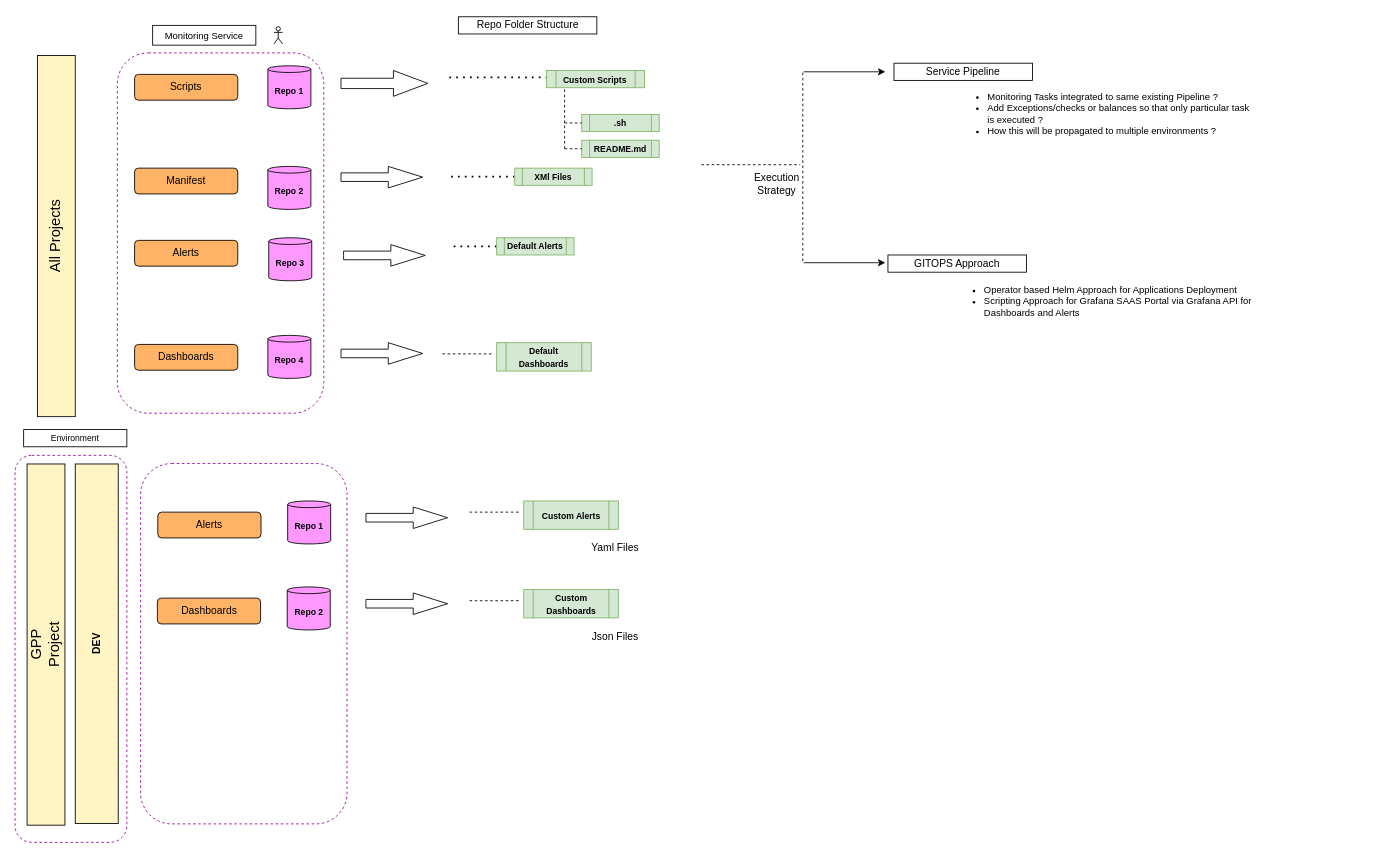
Above: Repo_Manifest.drawio in Bhoopesh123/kubernetes (draw.io), before the change. Source tidied: cells renumbered, new cells numbered last; positions are measured from the earlier drawing's top-left corner, leaving out a move shared by most shapes. Both pictures are drawn from the tidied source at 86%, with x=0, y=0 at pixel (15, 16).
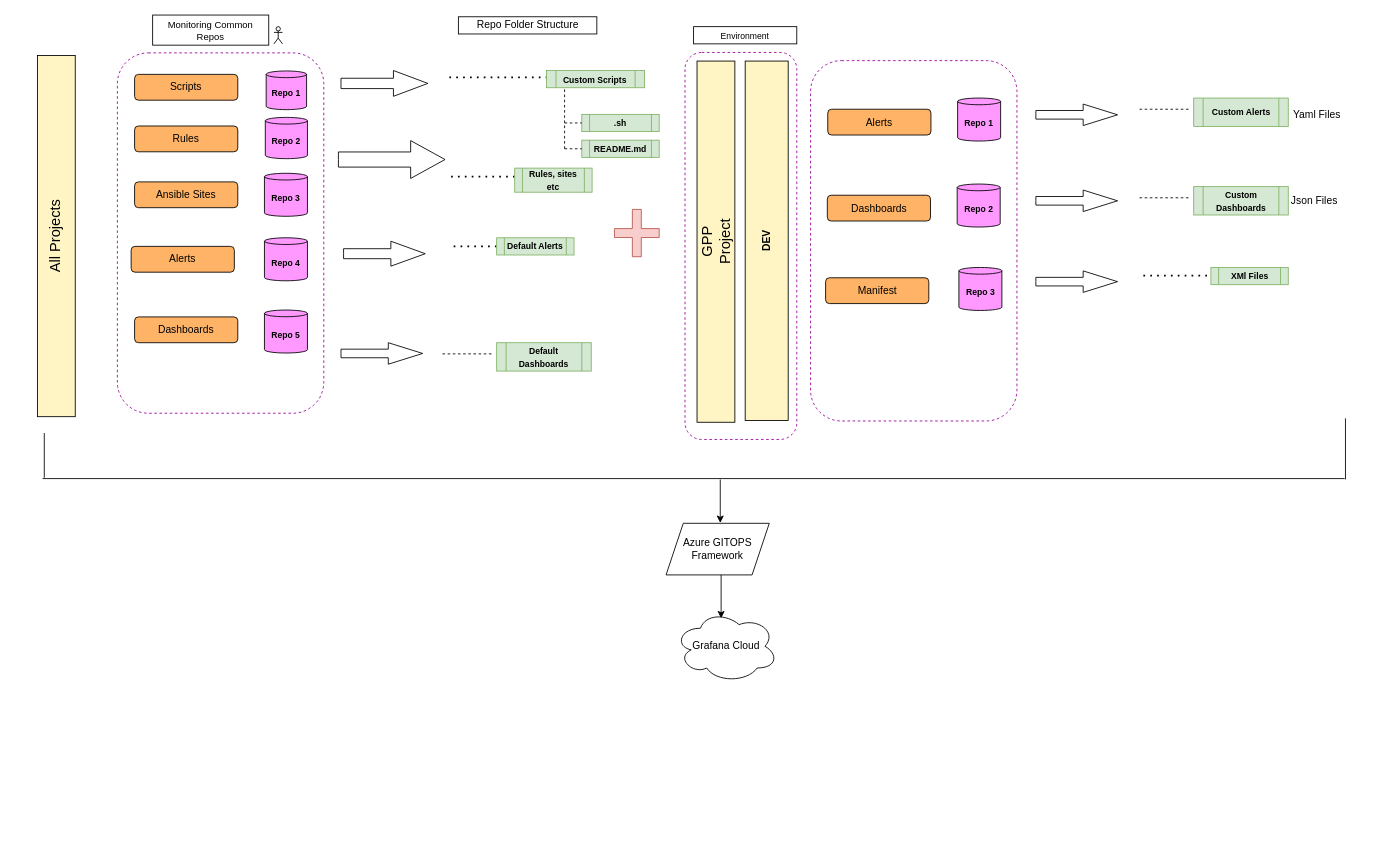
After the change.

The edit, as a diff of the source:
```diff
@@
     <mxCell id="3" style="rounded=1;whiteSpace=wrap;html=1;fontSize=12;dashed=1;strokeColor=#990099;" parent="1" vertex="1">
-      <mxGeometry y="510" width="130" height="450" as="geometry" />
+      <mxGeometry x="779" y="41.5" width="130" height="450" as="geometry" />
     </mxCell>
     <mxCell id="4" value="GPP &lt;br&gt;Project" style="rounded=0;whiteSpace=wrap;html=1;verticalAlign=middle;horizontal=0;fontSize=17;fillColor=#FFF4C3;" parent="1" vertex="1">
-      <mxGeometry x="14" y="520" width="44" height="420" as="geometry" />
+      <mxGeometry x="793" y="51.5" width="44" height="420" as="geometry" />
     </mxCell>
     <mxCell id="5" value="&lt;b&gt;DEV&lt;/b&gt;" style="rounded=0;whiteSpace=wrap;html=1;fontSize=12;horizontal=0;verticalAlign=middle;fillColor=#FFF4C3;" parent="1" vertex="1">
-      <mxGeometry x="70" y="520" width="50" height="418" as="geometry" />
+      <mxGeometry x="849" y="51.5" width="50" height="418" as="geometry" />
     </mxCell>
@@
     <mxCell id="7" value="&lt;b&gt;&lt;font style=&quot;font-size: 10px&quot;&gt;Repo 1&lt;/font&gt;&lt;/b&gt;" style="shape=cylinder3;whiteSpace=wrap;html=1;boundedLbl=1;backgroundOutline=1;size=3.8958892822265625;fontSize=12;fillColor=#FF99FF;" parent="1" vertex="1">
-      <mxGeometry x="294" y="57" width="50" height="50" as="geometry" />
+      <mxGeometry x="292" y="63" width="47" height="45" as="geometry" />
     </mxCell>
@@
     <mxCell id="9" value="&lt;font style=&quot;font-size: 10px&quot;&gt;Environment&lt;/font&gt;" style="text;html=1;fillColor=none;align=center;verticalAlign=middle;whiteSpace=wrap;rounded=0;fontSize=12;strokeColor=#000000;" parent="1" vertex="1">
-      <mxGeometry x="10" y="480" width="120" height="20" as="geometry" />
+      <mxGeometry x="789" y="11.5" width="120" height="20" as="geometry" />
     </mxCell>
-    <mxCell id="10" value="&lt;font style=&quot;font-size: 11px&quot;&gt;Monitoring Service&lt;/font&gt;" style="text;html=1;fillColor=none;align=center;verticalAlign=middle;whiteSpace=wrap;rounded=0;fontSize=12;strokeColor=#000000;" parent="1" vertex="1">
-      <mxGeometry x="160" y="10" width="120" height="23" as="geometry" />
+    <mxCell id="10" value="&lt;font style=&quot;font-size: 11px&quot;&gt;Monitoring Common Repos&lt;/font&gt;" style="text;html=1;fillColor=none;align=center;verticalAlign=middle;whiteSpace=wrap;rounded=0;fontSize=12;strokeColor=#000000;" parent="1" vertex="1">
+      <mxGeometry x="160" y="-2" width="135" height="35" as="geometry" />
     </mxCell>
@@
-    <mxCell id="14" value="&lt;span style=&quot;font-size: 10px&quot;&gt;&lt;b&gt;XMl Files&lt;/b&gt;&lt;/span&gt;" style="shape=process;whiteSpace=wrap;html=1;backgroundOutline=1;fontSize=12;fillColor=#d5e8d4;strokeColor=#82b366;" parent="1" vertex="1">
-      <mxGeometry x="581" y="176" width="90" height="20" as="geometry" />
+    <mxCell id="14" value="&lt;span style=&quot;font-size: 10px&quot;&gt;&lt;b&gt;Rules, sites etc&lt;/b&gt;&lt;/span&gt;" style="shape=process;whiteSpace=wrap;html=1;backgroundOutline=1;fontSize=12;fillColor=#d5e8d4;strokeColor=#82b366;" parent="1" vertex="1">
+      <mxGeometry x="581" y="176" width="90" height="28" as="geometry" />
     </mxCell>
@@
-    <mxCell id="26" value="&lt;b&gt;&lt;font style=&quot;font-size: 10px&quot;&gt;Repo 2&lt;/font&gt;&lt;/b&gt;" style="shape=cylinder3;whiteSpace=wrap;html=1;boundedLbl=1;backgroundOutline=1;size=3.8958892822265625;fontSize=12;fillColor=#FF99FF;" parent="1" vertex="1">
-      <mxGeometry x="294" y="174" width="50" height="50" as="geometry" />
-    </mxCell>
-    <mxCell id="27" style="endArrow=none;dashed=1;html=1;" parent="1" edge="1">
-      <mxGeometry relative="1" as="geometry">
-        <mxPoint x="798" y="172" as="sourcePoint" />
-        <mxPoint x="913" y="172" as="targetPoint" />
-      </mxGeometry>
-    </mxCell>
-    <mxCell id="28" style="endArrow=none;dashed=1;html=1;" parent="1" edge="1">
-      <mxGeometry relative="1" as="geometry">
-        <mxPoint x="916" y="284" as="sourcePoint" />
-        <mxPoint x="916" y="62" as="targetPoint" />
-      </mxGeometry>
-    </mxCell>
-    <mxCell id="29" style="endArrow=classic;html=1;" parent="1" edge="1">
-      <mxGeometry relative="1" as="geometry">
-        <mxPoint x="917" y="64" as="sourcePoint" />
-        <mxPoint x="1012" y="64" as="targetPoint" />
-      </mxGeometry>
-    </mxCell>
-    <mxCell id="30" style="endArrow=classic;html=1;" parent="1" edge="1">
-      <mxGeometry relative="1" as="geometry">
-        <mxPoint x="917" y="286" as="sourcePoint" />
-        <mxPoint x="1012" y="286" as="targetPoint" />
-      </mxGeometry>
-    </mxCell>
-    <mxCell id="31" value="Service Pipeline" style="text;html=1;fillColor=none;align=center;verticalAlign=middle;whiteSpace=wrap;rounded=0;fontSize=12;strokeColor=#000000;" parent="1" vertex="1">
-      <mxGeometry x="1022" y="54" width="161" height="20" as="geometry" />
-    </mxCell>
-    <mxCell id="32" value="&lt;ul style=&quot;font-size: 11px&quot;&gt;&lt;li&gt;Monitoring Tasks integrated to same existing Pipeline ?&lt;/li&gt;&lt;li&gt;Add Exceptions/checks or balances so that only particular task is executed ?&lt;/li&gt;&lt;li&gt;How this will be propagated to multiple environments ?&lt;/li&gt;&lt;/ul&gt;" style="text;html=1;strokeColor=none;fillColor=none;align=left;verticalAlign=middle;whiteSpace=wrap;rounded=0;fontSize=12;" parent="1" vertex="1">
-      <mxGeometry x="1089" y="103" width="357" height="20" as="geometry" />
-    </mxCell>
-    <mxCell id="33" value="GITOPS Approach" style="text;html=1;fillColor=none;align=center;verticalAlign=middle;whiteSpace=wrap;rounded=0;fontSize=12;strokeColor=#000000;" parent="1" vertex="1">
-      <mxGeometry x="1015" y="277" width="161" height="20" as="geometry" />
-    </mxCell>
-    <mxCell id="34" value="&lt;ul style=&quot;font-size: 11px&quot;&gt;&lt;li&gt;Operator based Helm Approach for Applications Deployment&lt;/li&gt;&lt;li&gt;Scripting Approach for Grafana SAAS Portal via Grafana API for Dashboards and Alerts&lt;/li&gt;&lt;/ul&gt;" style="text;html=1;strokeColor=none;fillColor=none;align=left;verticalAlign=middle;whiteSpace=wrap;rounded=0;fontSize=12;" parent="1" vertex="1">
-      <mxGeometry x="1085" y="321" width="406" height="20" as="geometry" />
-    </mxCell>
-    <mxCell id="35" value="Execution &lt;br&gt;Strategy" style="text;html=1;strokeColor=none;fillColor=none;align=center;verticalAlign=middle;whiteSpace=wrap;rounded=0;fontSize=12;" parent="1" vertex="1">
-      <mxGeometry x="821" y="184" width="130" height="20" as="geometry" />
-    </mxCell>
-    <mxCell id="36" value="Manifest" style="rounded=1;whiteSpace=wrap;html=1;fontSize=12;fillColor=#FFB366;" parent="1" vertex="1">
-      <mxGeometry x="139" y="176" width="120" height="30" as="geometry" />
-    </mxCell>
     <mxCell id="37" style="html=1;shadow=0;dashed=0;align=center;verticalAlign=middle;shape=mxgraph.arrows2.arrow;dy=0.6;dx=40;notch=0;fontSize=12;" parent="1" vertex="1">
-      <mxGeometry x="379" y="174" width="95" height="25" as="geometry" />
+      <mxGeometry x="376" y="144" width="124" height="44" as="geometry" />
     </mxCell>
-    <mxCell id="38" value="&lt;b&gt;&lt;font style=&quot;font-size: 10px&quot;&gt;Repo 3&lt;/font&gt;&lt;/b&gt;" style="shape=cylinder3;whiteSpace=wrap;html=1;boundedLbl=1;backgroundOutline=1;size=3.8958892822265625;fontSize=12;fillColor=#FF99FF;" parent="1" vertex="1">
-      <mxGeometry x="295" y="257" width="50" height="50" as="geometry" />
+    <mxCell id="38" value="&lt;b&gt;&lt;font style=&quot;font-size: 10px&quot;&gt;Repo 4&lt;/font&gt;&lt;/b&gt;" style="shape=cylinder3;whiteSpace=wrap;html=1;boundedLbl=1;backgroundOutline=1;size=3.8958892822265625;fontSize=12;fillColor=#FF99FF;" parent="1" vertex="1">
+      <mxGeometry x="290" y="257" width="50" height="50" as="geometry" />
     </mxCell>
     <mxCell id="39" value="Alerts" style="rounded=1;whiteSpace=wrap;html=1;fontSize=12;fillColor=#FFB366;" parent="1" vertex="1">
-      <mxGeometry x="139" y="260" width="120" height="30" as="geometry" />
+      <mxGeometry x="135" y="267" width="120" height="30" as="geometry" />
     </mxCell>
-    <mxCell id="40" value="&lt;b&gt;&lt;font style=&quot;font-size: 10px&quot;&gt;Repo 4&lt;/font&gt;&lt;/b&gt;" style="shape=cylinder3;whiteSpace=wrap;html=1;boundedLbl=1;backgroundOutline=1;size=3.8958892822265625;fontSize=12;fillColor=#FF99FF;" parent="1" vertex="1">
-      <mxGeometry x="294" y="370.5" width="50" height="50" as="geometry" />
+    <mxCell id="40" value="&lt;b&gt;&lt;font style=&quot;font-size: 10px&quot;&gt;Repo 5&lt;/font&gt;&lt;/b&gt;" style="shape=cylinder3;whiteSpace=wrap;html=1;boundedLbl=1;backgroundOutline=1;size=3.8958892822265625;fontSize=12;fillColor=#FF99FF;" parent="1" vertex="1">
+      <mxGeometry x="290" y="341" width="50" height="50" as="geometry" />
     </mxCell>
     <mxCell id="41" value="Dashboards" style="rounded=1;whiteSpace=wrap;html=1;fontSize=12;fillColor=#FFB366;" parent="1" vertex="1">
-      <mxGeometry x="139" y="381" width="120" height="30" as="geometry" />
+      <mxGeometry x="139" y="349" width="120" height="30" as="geometry" />
     </mxCell>
     <mxCell id="42" style="html=1;shadow=0;dashed=0;align=center;verticalAlign=middle;shape=mxgraph.arrows2.arrow;dy=0.6;dx=40;notch=0;fontSize=12;" parent="1" vertex="1">
-      <mxGeometry x="382" y="265" width="95" height="25" as="geometry" />
+      <mxGeometry x="382" y="261" width="95" height="29" as="geometry" />
     </mxCell>
@@
     <mxCell id="44" style="rounded=1;whiteSpace=wrap;html=1;dashed=1;fontSize=12;strokeColor=#990099;" parent="1" vertex="1">
-      <mxGeometry x="146" y="519.5" width="240" height="419" as="geometry" />
+      <mxGeometry x="925" y="51" width="240" height="419" as="geometry" />
     </mxCell>
@@
     <mxCell id="46" value="Alerts" style="rounded=1;whiteSpace=wrap;html=1;fontSize=12;fillColor=#FFB366;" parent="1" vertex="1">
-      <mxGeometry x="166" y="576" width="120" height="30" as="geometry" />
+      <mxGeometry x="945" y="107.5" width="120" height="30" as="geometry" />
     </mxCell>
     <mxCell id="47" value="&lt;b&gt;&lt;font style=&quot;font-size: 10px&quot;&gt;Repo 1&lt;/font&gt;&lt;/b&gt;" style="shape=cylinder3;whiteSpace=wrap;html=1;boundedLbl=1;backgroundOutline=1;size=3.8958892822265625;fontSize=12;fillColor=#FF99FF;" parent="1" vertex="1">
-      <mxGeometry x="317" y="563" width="50" height="50" as="geometry" />
+      <mxGeometry x="1096" y="94.5" width="50" height="50" as="geometry" />
     </mxCell>
     <mxCell id="48" style="html=1;shadow=0;dashed=0;align=center;verticalAlign=middle;shape=mxgraph.arrows2.arrow;dy=0.6;dx=40;notch=0;fontSize=12;" parent="1" vertex="1">
-      <mxGeometry x="408" y="570" width="95" height="25" as="geometry" />
+      <mxGeometry x="1187" y="101.5" width="95" height="25" as="geometry" />
     </mxCell>
     <mxCell id="49" value="&lt;span style=&quot;font-size: 10px&quot;&gt;&lt;b&gt;Custom Alerts&lt;/b&gt;&lt;/span&gt;" style="shape=process;whiteSpace=wrap;html=1;backgroundOutline=1;fontSize=12;fillColor=#d5e8d4;strokeColor=#82b366;" parent="1" vertex="1">
-      <mxGeometry x="591.5" y="563" width="110" height="33" as="geometry" />
+      <mxGeometry x="1370.5" y="94.5" width="110" height="33" as="geometry" />
     </mxCell>
     <mxCell id="50" style="endArrow=none;dashed=1;html=1;fontSize=12;" parent="1" edge="1">
       <mxGeometry relative="1" as="geometry">
-        <mxPoint x="528.5" y="576" as="sourcePoint" />
-        <mxPoint x="588.5" y="576" as="targetPoint" />
+        <mxPoint x="1307.5" y="107.5" as="sourcePoint" />
+        <mxPoint x="1367.5" y="107.5" as="targetPoint" />
       </mxGeometry>
     </mxCell>
     <mxCell id="51" value="Yaml Files" style="text;html=1;strokeColor=none;fillColor=none;align=center;verticalAlign=middle;whiteSpace=wrap;rounded=0;fontSize=12;" parent="1" vertex="1">
-      <mxGeometry x="633" y="608" width="130" height="20" as="geometry" />
+      <mxGeometry x="1449" y="104" width="130" height="20" as="geometry" />
     </mxCell>
     <mxCell id="52" value="Dashboards" style="rounded=1;whiteSpace=wrap;html=1;fontSize=12;fillColor=#FFB366;" parent="1" vertex="1">
-      <mxGeometry x="165.5" y="676" width="120" height="30" as="geometry" />
+      <mxGeometry x="944.5" y="207.5" width="120" height="30" as="geometry" />
     </mxCell>
     <mxCell id="53" value="&lt;b&gt;&lt;font style=&quot;font-size: 10px&quot;&gt;Repo 2&lt;/font&gt;&lt;/b&gt;" style="shape=cylinder3;whiteSpace=wrap;html=1;boundedLbl=1;backgroundOutline=1;size=3.8958892822265625;fontSize=12;fillColor=#FF99FF;" parent="1" vertex="1">
-      <mxGeometry x="316.5" y="663" width="50" height="50" as="geometry" />
+      <mxGeometry x="1095.5" y="194.5" width="50" height="50" as="geometry" />
     </mxCell>
     <mxCell id="54" style="html=1;shadow=0;dashed=0;align=center;verticalAlign=middle;shape=mxgraph.arrows2.arrow;dy=0.6;dx=40;notch=0;fontSize=12;" parent="1" vertex="1">
-      <mxGeometry x="408" y="670" width="95" height="25" as="geometry" />
+      <mxGeometry x="1187" y="201.5" width="95" height="25" as="geometry" />
     </mxCell>
     <mxCell id="55" value="&lt;span style=&quot;font-size: 10px&quot;&gt;&lt;b&gt;Custom Dashboards&lt;/b&gt;&lt;/span&gt;" style="shape=process;whiteSpace=wrap;html=1;backgroundOutline=1;fontSize=12;fillColor=#d5e8d4;strokeColor=#82b366;" parent="1" vertex="1">
-      <mxGeometry x="591.5" y="666" width="110" height="33" as="geometry" />
+      <mxGeometry x="1370.5" y="197.5" width="110" height="33" as="geometry" />
     </mxCell>
     <mxCell id="56" style="endArrow=none;dashed=1;html=1;fontSize=12;" parent="1" edge="1">
       <mxGeometry relative="1" as="geometry">
-        <mxPoint x="528.5" y="679" as="sourcePoint" />
-        <mxPoint x="588.5" y="679" as="targetPoint" />
+        <mxPoint x="1307.5" y="210.5" as="sourcePoint" />
+        <mxPoint x="1367.5" y="210.5" as="targetPoint" />
       </mxGeometry>
     </mxCell>
     <mxCell id="57" value="Json Files" style="text;html=1;strokeColor=none;fillColor=none;align=center;verticalAlign=middle;whiteSpace=wrap;rounded=0;fontSize=12;" parent="1" vertex="1">
-      <mxGeometry x="633" y="711" width="130" height="20" as="geometry" />
+      <mxGeometry x="1446" y="204" width="130" height="20" as="geometry" />
     </mxCell>
+    <mxCell id="58" value="Rules" style="rounded=1;whiteSpace=wrap;html=1;fontSize=12;fillColor=#FFB366;" parent="1" vertex="1">
+      <mxGeometry x="139" y="127" width="120" height="30" as="geometry" />
+    </mxCell>
+    <mxCell id="26" value="&lt;b&gt;&lt;font style=&quot;font-size: 10px&quot;&gt;Repo 2&lt;/font&gt;&lt;/b&gt;" style="shape=cylinder3;whiteSpace=wrap;html=1;boundedLbl=1;backgroundOutline=1;size=3.8958892822265625;fontSize=12;fillColor=#FF99FF;" parent="1" vertex="1">
+      <mxGeometry x="291" y="117" width="49" height="48" as="geometry" />
+    </mxCell>
+    <mxCell id="59" value="&lt;b&gt;&lt;font style=&quot;font-size: 10px&quot;&gt;Repo 3&lt;/font&gt;&lt;/b&gt;" style="shape=cylinder3;whiteSpace=wrap;html=1;boundedLbl=1;backgroundOutline=1;size=3.8958892822265625;fontSize=12;fillColor=#FF99FF;" parent="1" vertex="1">
+      <mxGeometry x="1097.5" y="291.5" width="50" height="50" as="geometry" />
+    </mxCell>
+    <mxCell id="36" value="Manifest" style="rounded=1;whiteSpace=wrap;html=1;fontSize=12;fillColor=#FFB366;" parent="1" vertex="1">
+      <mxGeometry x="942.5" y="303.5" width="120" height="30" as="geometry" />
+    </mxCell>
+    <mxCell id="60" style="endArrow=none;dashed=1;html=1;dashPattern=1 3;strokeWidth=2;fontSize=12;" parent="1" edge="1">
+      <mxGeometry relative="1" as="geometry">
+        <mxPoint x="1386" y="301" as="sourcePoint" />
+        <mxPoint x="1306" y="301" as="targetPoint" />
+      </mxGeometry>
+    </mxCell>
+    <mxCell id="61" value="&lt;span style=&quot;font-size: 10px&quot;&gt;&lt;b&gt;XMl Files&lt;/b&gt;&lt;/span&gt;" style="shape=process;whiteSpace=wrap;html=1;backgroundOutline=1;fontSize=12;fillColor=#d5e8d4;strokeColor=#82b366;" parent="1" vertex="1">
+      <mxGeometry x="1390.5" y="291.5" width="90" height="20" as="geometry" />
+    </mxCell>
+    <mxCell id="62" style="html=1;shadow=0;dashed=0;align=center;verticalAlign=middle;shape=mxgraph.arrows2.arrow;dy=0.6;dx=40;notch=0;fontSize=12;" parent="1" vertex="1">
+      <mxGeometry x="1187" y="295.5" width="95" height="25" as="geometry" />
+    </mxCell>
+    <mxCell id="63" value="Ansible Sites" style="rounded=1;whiteSpace=wrap;html=1;fontSize=12;fillColor=#FFB366;" parent="1" vertex="1">
+      <mxGeometry x="139" y="192" width="120" height="30" as="geometry" />
+    </mxCell>
+    <mxCell id="64" value="&lt;b&gt;&lt;font style=&quot;font-size: 10px&quot;&gt;Repo 3&lt;/font&gt;&lt;/b&gt;" style="shape=cylinder3;whiteSpace=wrap;html=1;boundedLbl=1;backgroundOutline=1;size=3.8958892822265625;fontSize=12;fillColor=#FF99FF;" parent="1" vertex="1">
+      <mxGeometry x="290" y="182" width="50" height="50" as="geometry" />
+    </mxCell>
+    <mxCell id="65" style="shape=cross;whiteSpace=wrap;html=1;fillColor=#f8cecc;strokeColor=#b85450;" parent="1" vertex="1">
+      <mxGeometry x="697" y="224" width="52" height="55" as="geometry" />
+    </mxCell>
+    <mxCell id="66" style="endArrow=none;html=1;" parent="1" edge="1">
+      <mxGeometry relative="1" as="geometry">
+        <mxPoint x="32" y="537" as="sourcePoint" />
+        <mxPoint x="1546" y="537" as="targetPoint" />
+      </mxGeometry>
+    </mxCell>
+    <mxCell id="67" style="endArrow=none;html=1;" parent="1" edge="1">
+      <mxGeometry relative="1" as="geometry">
+        <mxPoint x="1547" y="538" as="sourcePoint" />
+        <mxPoint x="1547" y="467" as="targetPoint" />
+      </mxGeometry>
+    </mxCell>
+    <mxCell id="68" style="endArrow=none;html=1;" parent="1" edge="1">
+      <mxGeometry relative="1" as="geometry">
+        <mxPoint x="34" y="536" as="sourcePoint" />
+        <mxPoint x="34" y="484" as="targetPoint" />
+      </mxGeometry>
+    </mxCell>
+    <mxCell id="69" style="endArrow=classic;html=1;" parent="1" edge="1">
+      <mxGeometry relative="1" as="geometry">
+        <mxPoint x="820" y="538" as="sourcePoint" />
+        <mxPoint x="820" y="588.5" as="targetPoint" />
+      </mxGeometry>
+    </mxCell>
+    <mxCell id="70" value="Azure GITOPS Framework" style="shape=parallelogram;perimeter=parallelogramPerimeter;whiteSpace=wrap;html=1;fixedSize=1;" parent="1" vertex="1">
+      <mxGeometry x="757" y="589" width="120" height="60" as="geometry" />
+    </mxCell>
+    <mxCell id="71" style="endArrow=classic;html=1;" parent="1" edge="1">
+      <mxGeometry relative="1" as="geometry">
+        <mxPoint x="821" y="649" as="sourcePoint" />
+        <mxPoint x="821" y="699.5" as="targetPoint" />
+      </mxGeometry>
+    </mxCell>
+    <mxCell id="72" value="Grafana Cloud" style="ellipse;shape=cloud;whiteSpace=wrap;html=1;" parent="1" vertex="1">
+      <mxGeometry x="767" y="690" width="120" height="84" as="geometry" />
+    </mxCell>
```
